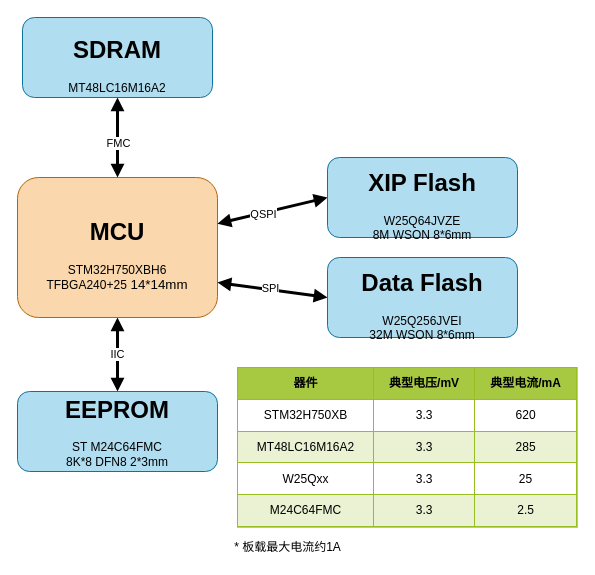
Above: hw_framework.drawio in wankuan/H750_CORE (draw.io), before the change. Source tidied: cells renumbered, new cells numbered last; positions are measured from the earlier drawing's top-left corner, leaving out a move shared by most shapes. Both pictures are drawn from the tidied source at 100%, with x=0, y=0 at pixel (17, 17).
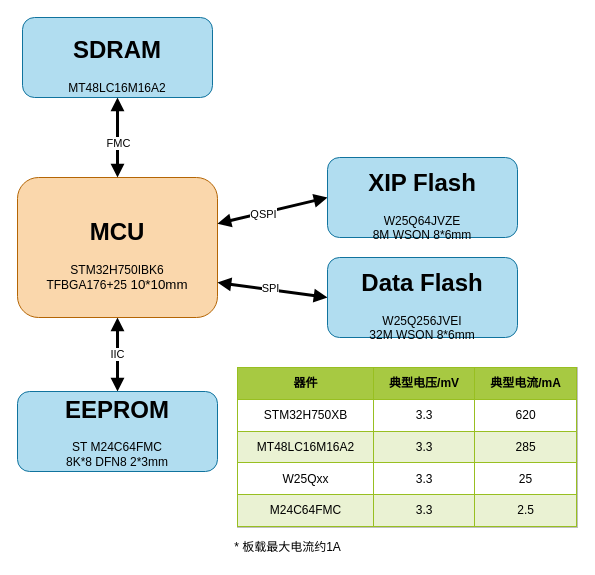
The same diagram, later.

Commit message:
NEW: 受芯片供货影响,H750XBH6替换为H750IBK6

The edit, as a diff of the source:
```diff
@@
 <mxGraphModel>
   <root>
     <mxCell id="0" />
     <mxCell id="1" parent="0" />
     <mxCell id="2" value="IIC" style="edgeStyle=none;html=1;exitX=0.5;exitY=1;exitDx=0;exitDy=0;entryX=0.5;entryY=0;entryDx=0;entryDy=0;startArrow=block;startFill=1;endArrow=block;endFill=1;strokeWidth=3;" parent="1" edge="1" source="3" target="14">
       <mxGeometry relative="1" as="geometry" />
     </mxCell>
-    <mxCell id="3" value="&lt;h1&gt;&lt;font color=&quot;#000000&quot;&gt;MCU&lt;/font&gt;&lt;/h1&gt;&lt;div&gt;&lt;font color=&quot;#000000&quot;&gt;STM32H750XBH6&lt;/font&gt;&lt;/div&gt;&lt;div&gt;&lt;font&gt;TFBGA240+25&lt;/font&gt;&lt;span style=&quot;font-size: 10pt&quot;&gt;&amp;nbsp;14*14mm&lt;/span&gt;&lt;font color=&quot;#000000&quot;&gt;&lt;br&gt;&lt;/font&gt;&lt;/div&gt;" style="rounded=1;whiteSpace=wrap;html=1;fillColor=#fad7ac;strokeColor=#b46504;" parent="1" vertex="1">
+    <mxCell id="3" value="&lt;h1&gt;&lt;font color=&quot;#000000&quot;&gt;MCU&lt;/font&gt;&lt;/h1&gt;&lt;div&gt;&lt;font color=&quot;#000000&quot;&gt;STM32H750IBK6&lt;/font&gt;&lt;/div&gt;&lt;div&gt;&lt;font&gt;TFBGA176+25&lt;/font&gt;&lt;span style=&quot;font-size: 10pt&quot;&gt;&amp;nbsp;10*10mm&lt;/span&gt;&lt;font color=&quot;#000000&quot;&gt;&lt;br&gt;&lt;/font&gt;&lt;/div&gt;" style="rounded=1;whiteSpace=wrap;html=1;fillColor=#fad7ac;strokeColor=#b46504;" parent="1" vertex="1">
       <mxGeometry y="160" width="200" height="140" as="geometry" />
     </mxCell>
     <mxCell id="4" style="edgeStyle=none;rounded=0;html=1;exitX=0.5;exitY=1;exitDx=0;exitDy=0;fontColor=#000000;strokeColor=default;entryX=0.5;entryY=0;entryDx=0;entryDy=0;startArrow=block;startFill=1;strokeWidth=3;endArrow=block;endFill=1;" parent="1" edge="1" source="6" target="3">
       <mxGeometry relative="1" as="geometry">
         <Array as="points">
           <mxPoint x="100" y="100" />
         </Array>
       </mxGeometry>
     </mxCell>
     <mxCell id="5" value="FMC" style="edgeLabel;html=1;align=center;verticalAlign=middle;fontColor=#000000;" parent="4" vertex="1">
       <mxGeometry x="0.12" relative="1" as="geometry" />
     </mxCell>
     <mxCell id="6" value="&lt;h1&gt;&lt;font color=&quot;#000000&quot;&gt;SDRAM&lt;/font&gt;&lt;/h1&gt;&lt;font color=&quot;#000000&quot;&gt;MT48LC16M16A2&lt;br&gt;&lt;/font&gt;" style="rounded=1;whiteSpace=wrap;html=1;fillColor=#b1ddf0;strokeColor=#10739e;" parent="1" vertex="1">
       <mxGeometry x="5" width="190" height="80" as="geometry" />
     </mxCell>
     <mxCell id="7" style="edgeStyle=none;html=1;exitX=0;exitY=0.5;exitDx=0;exitDy=0;strokeWidth=3;startArrow=block;startFill=1;endArrow=block;endFill=1;" parent="1" edge="1" source="9" target="3">
       <mxGeometry relative="1" as="geometry" />
     </mxCell>
     <mxCell id="8" value="QSPI" style="edgeLabel;html=1;align=center;verticalAlign=middle;" parent="7" vertex="1">
       <mxGeometry x="0.18" y="1" relative="1" as="geometry" />
     </mxCell>
     <mxCell id="9" value="&lt;h1&gt;&lt;font color=&quot;#000000&quot;&gt;XIP Flash&lt;/font&gt;&lt;/h1&gt;&lt;font color=&quot;#000000&quot;&gt;W25Q64JVZE&lt;br&gt;8M WSON 8*6mm&lt;br&gt;&lt;/font&gt;" style="rounded=1;whiteSpace=wrap;html=1;fillColor=#b1ddf0;strokeColor=#10739e;" parent="1" vertex="1">
       <mxGeometry x="310" y="140" width="190" height="80" as="geometry" />
     </mxCell>
     <mxCell id="10" style="edgeStyle=none;html=1;exitX=0;exitY=0.5;exitDx=0;exitDy=0;entryX=1;entryY=0.75;entryDx=0;entryDy=0;strokeWidth=3;startArrow=block;startFill=1;endArrow=block;endFill=1;" parent="1" edge="1" source="12" target="3">
       <mxGeometry relative="1" as="geometry" />
     </mxCell>
     <mxCell id="11" value="SPI" style="edgeLabel;html=1;align=center;verticalAlign=middle;" parent="10" vertex="1">
       <mxGeometry x="0.05" y="-2" relative="1" as="geometry" />
     </mxCell>
     <mxCell id="12" value="&lt;h1&gt;&lt;font color=&quot;#000000&quot;&gt;Data Flash&lt;/font&gt;&lt;/h1&gt;&lt;span style=&quot;color: rgb(0 , 0 , 0)&quot;&gt;W25Q256JVEI&lt;/span&gt;&lt;br style=&quot;color: rgb(0 , 0 , 0)&quot;&gt;&lt;span style=&quot;color: rgb(0 , 0 , 0)&quot;&gt;32M WSON 8*6mm&lt;/span&gt;&lt;br style=&quot;color: rgb(0 , 0 , 0)&quot;&gt;&lt;font color=&quot;#000000&quot;&gt;&lt;/font&gt;" style="rounded=1;whiteSpace=wrap;html=1;fillColor=#b1ddf0;strokeColor=#10739e;" parent="1" vertex="1">
       <mxGeometry x="310" y="240" width="190" height="80" as="geometry" />
     </mxCell>
     <mxCell id="13" value="&lt;table border=&quot;1&quot; width=&quot;100%&quot; cellpadding=&quot;4&quot; style=&quot;width: 100% ; height: 100% ; border-collapse: collapse&quot;&gt;&lt;tbody&gt;&lt;tr style=&quot;background-color: rgb(167 , 201 , 66) ; border: 1px solid rgb(152 , 191 , 33)&quot;&gt;&lt;th&gt;器件&lt;/th&gt;&lt;th&gt;典型电压/mV&lt;/th&gt;&lt;th&gt;典型电流/mA&lt;/th&gt;&lt;/tr&gt;&lt;tr style=&quot;border: 1px solid #98bf21&quot;&gt;&lt;td&gt;&lt;span&gt;STM32H750XB&lt;/span&gt;&lt;/td&gt;&lt;td&gt;3.3&lt;/td&gt;&lt;td&gt;620&lt;/td&gt;&lt;/tr&gt;&lt;tr style=&quot;background-color: #eaf2d3 ; border: 1px solid #98bf21&quot;&gt;&lt;td&gt;MT48LC16M16A2&lt;/td&gt;&lt;td&gt;3.3&lt;/td&gt;&lt;td&gt;285&lt;/td&gt;&lt;/tr&gt;&lt;tr style=&quot;border: 1px solid #98bf21&quot;&gt;&lt;td&gt;&lt;span&gt;W25Qxx&lt;/span&gt;&lt;/td&gt;&lt;td&gt;3.3&lt;/td&gt;&lt;td&gt;25&lt;/td&gt;&lt;/tr&gt;&lt;tr style=&quot;background-color: #eaf2d3 ; border: 1px solid #98bf21&quot;&gt;&lt;td&gt;M24C64FMC&lt;/td&gt;&lt;td&gt;3.3&lt;/td&gt;&lt;td&gt;2.5&lt;/td&gt;&lt;/tr&gt;&lt;/tbody&gt;&lt;/table&gt;" style="text;html=1;strokeColor=#c0c0c0;fillColor=#ffffff;overflow=fill;rounded=0;align=center;fontColor=#000000;direction=east;" parent="1" vertex="1">
       <mxGeometry x="220" y="350" width="340" height="160" as="geometry" />
     </mxCell>
     <mxCell id="14" value="&lt;h1&gt;&lt;font color=&quot;#000000&quot;&gt;EEPROM&lt;/font&gt;&lt;/h1&gt;&lt;div&gt;&lt;font color=&quot;#000000&quot;&gt;ST M24C64FMC&lt;/font&gt;&lt;/div&gt;&lt;div&gt;&lt;font color=&quot;#000000&quot;&gt;8K*8 DFN8 2*3mm&lt;/font&gt;&lt;/div&gt;&lt;div&gt;&lt;font color=&quot;#000000&quot;&gt;&lt;br&gt;&lt;/font&gt;&lt;/div&gt;" style="rounded=1;whiteSpace=wrap;html=1;fillColor=#b1ddf0;strokeColor=#10739e;" parent="1" vertex="1">
       <mxGeometry y="374" width="200" height="80" as="geometry" />
     </mxCell>
     <mxCell id="15" value="* 板载最大电流约1A" style="text;html=1;align=center;verticalAlign=middle;strokeColor=none;fillColor=none;fontSize=12;fontFamily=Helvetica;fontColor=#000000;" parent="1" vertex="1">
       <mxGeometry x="210" y="520" width="120" height="20" as="geometry" />
     </mxCell>
   </root>
 </mxGraphModel>
```
